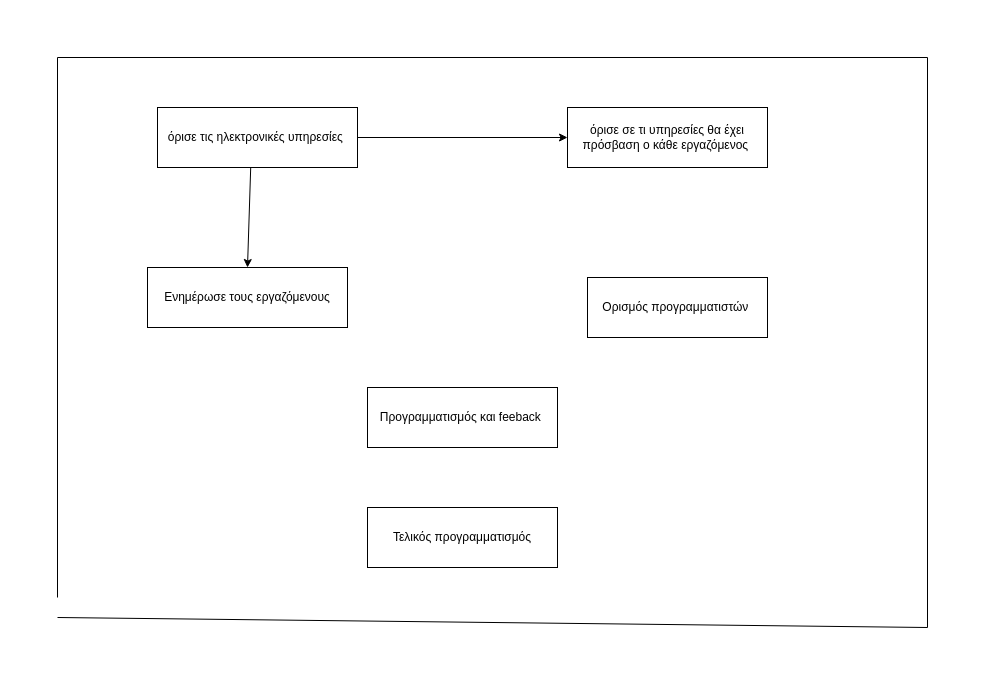
Before: noitiko.drawio in vag4me/Information_system, a draw.io diagram. Source tidied: cells renumbered, new cells numbered last; positions are measured from the earlier drawing's top-left corner, leaving out a move shared by most shapes. Both pictures are drawn from the tidied source at 100%, with x=0, y=0 at pixel (57, 57).
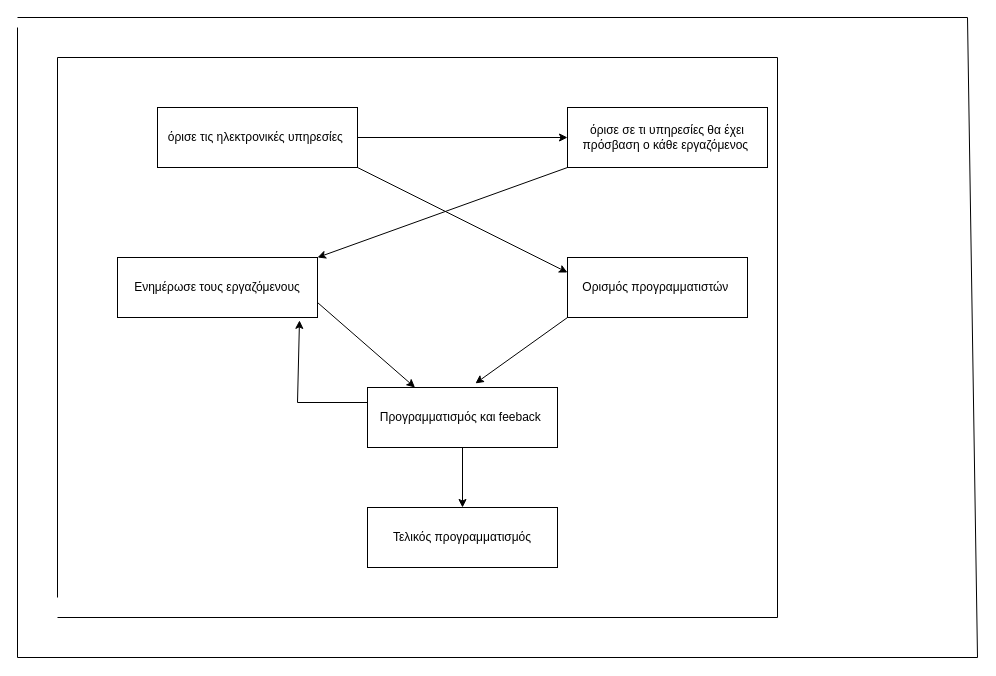
The same page after the edit.

Unchanged cells that the change refers to:
```xml
<mxCell id="4" value="όρισε τις ηλεκτρονικές υπηρεσίες&amp;nbsp;" style="whiteSpace=wrap;html=1;align=center;newEdgeStyle={&quot;edgeStyle&quot;:&quot;elbowEdgeStyle&quot;,&quot;startArrow&quot;:&quot;none&quot;,&quot;endArrow&quot;:&quot;none&quot;};" parent="1" vertex="1">
  <mxGeometry x="100" y="50" width="200" height="60" as="geometry" />
</mxCell>
<mxCell id="5" value="όρισε σε τι υπηρεσίες θα έχει πρόσβαση ο κάθε εργαζόμενος&amp;nbsp;" style="whiteSpace=wrap;html=1;align=center;newEdgeStyle={&quot;edgeStyle&quot;:&quot;elbowEdgeStyle&quot;,&quot;startArrow&quot;:&quot;none&quot;,&quot;endArrow&quot;:&quot;none&quot;};" parent="1" vertex="1">
  <mxGeometry x="510" y="50" width="200" height="60" as="geometry" />
</mxCell>
<mxCell id="7" value="Προγραμματισμός και feeback&amp;nbsp;" style="whiteSpace=wrap;html=1;align=center;newEdgeStyle={&quot;edgeStyle&quot;:&quot;elbowEdgeStyle&quot;,&quot;startArrow&quot;:&quot;none&quot;,&quot;endArrow&quot;:&quot;none&quot;};" parent="1" vertex="1">
  <mxGeometry x="310" y="330" width="190" height="60" as="geometry" />
</mxCell>
<mxCell id="8" value="Τελικός προγραμματισμός" style="whiteSpace=wrap;html=1;align=center;newEdgeStyle={&quot;edgeStyle&quot;:&quot;elbowEdgeStyle&quot;,&quot;startArrow&quot;:&quot;none&quot;,&quot;endArrow&quot;:&quot;none&quot;};" parent="1" vertex="1">
  <mxGeometry x="310" y="450" width="190" height="60" as="geometry" />
</mxCell>
```

Change to the diagram source:
```diff
@@
     <mxCell id="2" style="endArrow=none;html=1;rounded=0;" parent="1" edge="1">
       <mxGeometry relative="1" as="geometry">
         <mxPoint y="540" as="sourcePoint" />
         <mxPoint y="560" as="targetPoint" />
         <Array as="points">
           <mxPoint />
-          <mxPoint x="870" />
-          <mxPoint x="870" y="570" />
+          <mxPoint x="720" />
+          <mxPoint x="720" y="560" />
         </Array>
       </mxGeometry>
     </mxCell>
     <mxCell id="3" value="Ορισμός προγραμματιστών&amp;nbsp;" style="whiteSpace=wrap;html=1;align=center;newEdgeStyle={&quot;edgeStyle&quot;:&quot;elbowEdgeStyle&quot;,&quot;startArrow&quot;:&quot;none&quot;,&quot;endArrow&quot;:&quot;none&quot;};" parent="1" vertex="1">
-      <mxGeometry x="530" y="220" width="180" height="60" as="geometry" />
+      <mxGeometry x="510" y="200" width="180" height="60" as="geometry" />
     </mxCell>
@@
     <mxCell id="6" value="Ενημέρωσε τους εργαζόμενους" style="whiteSpace=wrap;html=1;align=center;newEdgeStyle={&quot;edgeStyle&quot;:&quot;elbowEdgeStyle&quot;,&quot;startArrow&quot;:&quot;none&quot;,&quot;endArrow&quot;:&quot;none&quot;};" parent="1" vertex="1">
-      <mxGeometry x="90" y="210" width="200" height="60" as="geometry" />
+      <mxGeometry x="60" y="200" width="200" height="60" as="geometry" />
     </mxCell>
@@
-    <mxCell id="10" style="endArrow=classic;html=1;rounded=0;exitX=0.466;exitY=1.006;exitDx=0;exitDy=0;exitPerimeter=0;entryX=0.5;entryY=0;entryDx=0;entryDy=0;" parent="1" edge="1" source="4" target="6">
-      <mxGeometry relative="1" as="geometry" />
-    </mxCell>
+    <mxCell id="11" style="endArrow=classic;html=1;rounded=0;exitX=1;exitY=1;exitDx=0;exitDy=0;entryX=0;entryY=0.25;entryDx=0;entryDy=0;" parent="1" edge="1" source="4" target="3">
+      <mxGeometry relative="1" as="geometry" />
+    </mxCell>
+    <mxCell id="12" style="endArrow=classic;html=1;rounded=0;entryX=0.568;entryY=-0.068;entryDx=0;entryDy=0;entryPerimeter=0;exitX=0;exitY=1;exitDx=0;exitDy=0;" parent="1" edge="1" source="3" target="7">
+      <mxGeometry relative="1" as="geometry" />
+    </mxCell>
+    <mxCell id="13" style="endArrow=classic;html=1;rounded=0;entryX=0.25;entryY=0;entryDx=0;entryDy=0;exitX=1;exitY=0.75;exitDx=0;exitDy=0;" parent="1" edge="1" source="6" target="7">
+      <mxGeometry relative="1" as="geometry" />
+    </mxCell>
+    <mxCell id="14" style="endArrow=classic;html=1;rounded=0;exitX=0.5;exitY=1;exitDx=0;exitDy=0;entryX=0.5;entryY=0;entryDx=0;entryDy=0;" parent="1" edge="1" source="7" target="8">
+      <mxGeometry relative="1" as="geometry" />
+    </mxCell>
+    <mxCell id="15" style="endArrow=classic;html=1;rounded=0;exitX=0;exitY=1;exitDx=0;exitDy=0;entryX=1;entryY=0;entryDx=0;entryDy=0;" parent="1" edge="1" source="5" target="6">
+      <mxGeometry relative="1" as="geometry" />
+    </mxCell>
+    <mxCell id="16" style="endArrow=classic;html=1;rounded=0;exitX=0;exitY=0.25;exitDx=0;exitDy=0;entryX=0.91;entryY=1.048;entryDx=0;entryDy=0;entryPerimeter=0;" parent="1" edge="1" source="7" target="6">
+      <mxGeometry relative="1" as="geometry">
+        <Array as="points">
+          <mxPoint x="240" y="345" />
+        </Array>
+      </mxGeometry>
+    </mxCell>
+    <mxCell id="17" style="endArrow=none;html=1;rounded=0;" parent="1" edge="1">
+      <mxGeometry relative="1" as="geometry">
+        <mxPoint x="-40" y="-30" as="sourcePoint" />
+        <mxPoint x="-40" y="-40" as="targetPoint" />
+        <Array as="points">
+          <mxPoint x="-40" y="600" />
+          <mxPoint x="920" y="600" />
+          <mxPoint x="910" y="-40" />
+        </Array>
+      </mxGeometry>
+    </mxCell>
```
